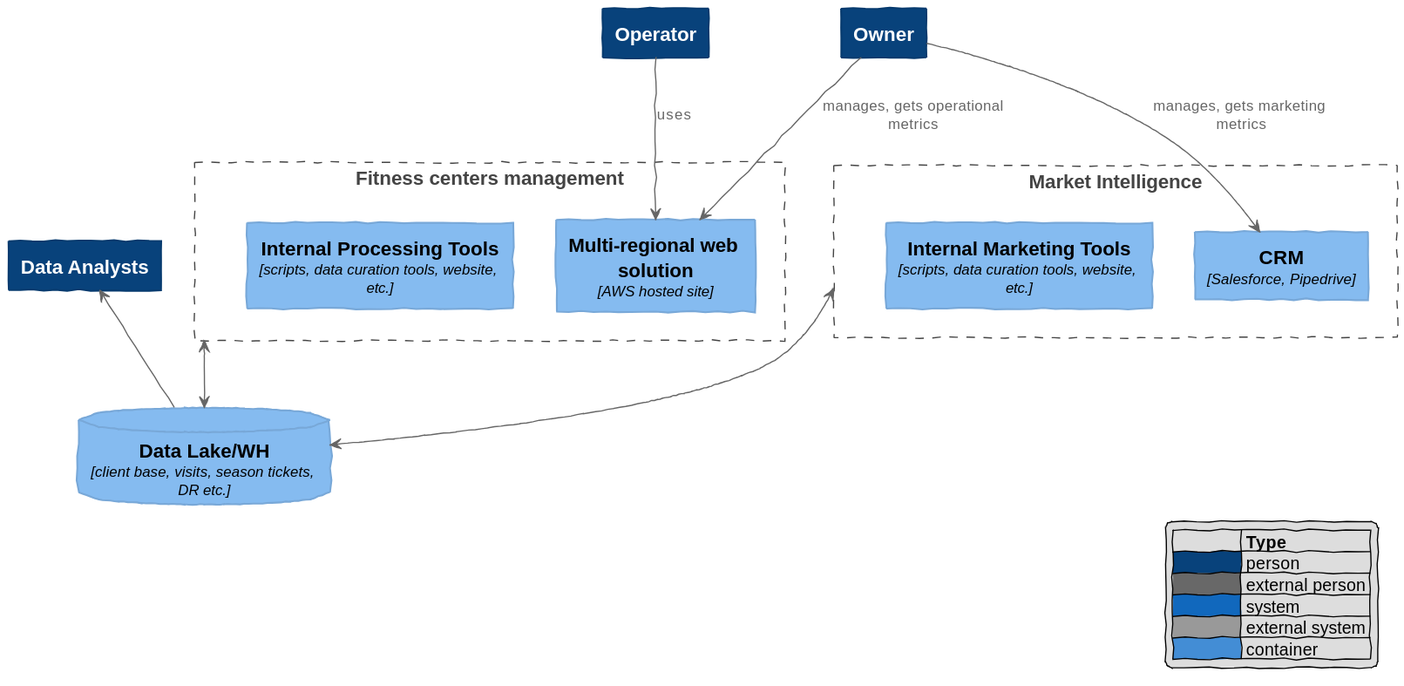
Above: docs/diagrams/out/target_system/components.svg in yevgen-ponomarenko/dm-arch-case (PlantUML), before the change.
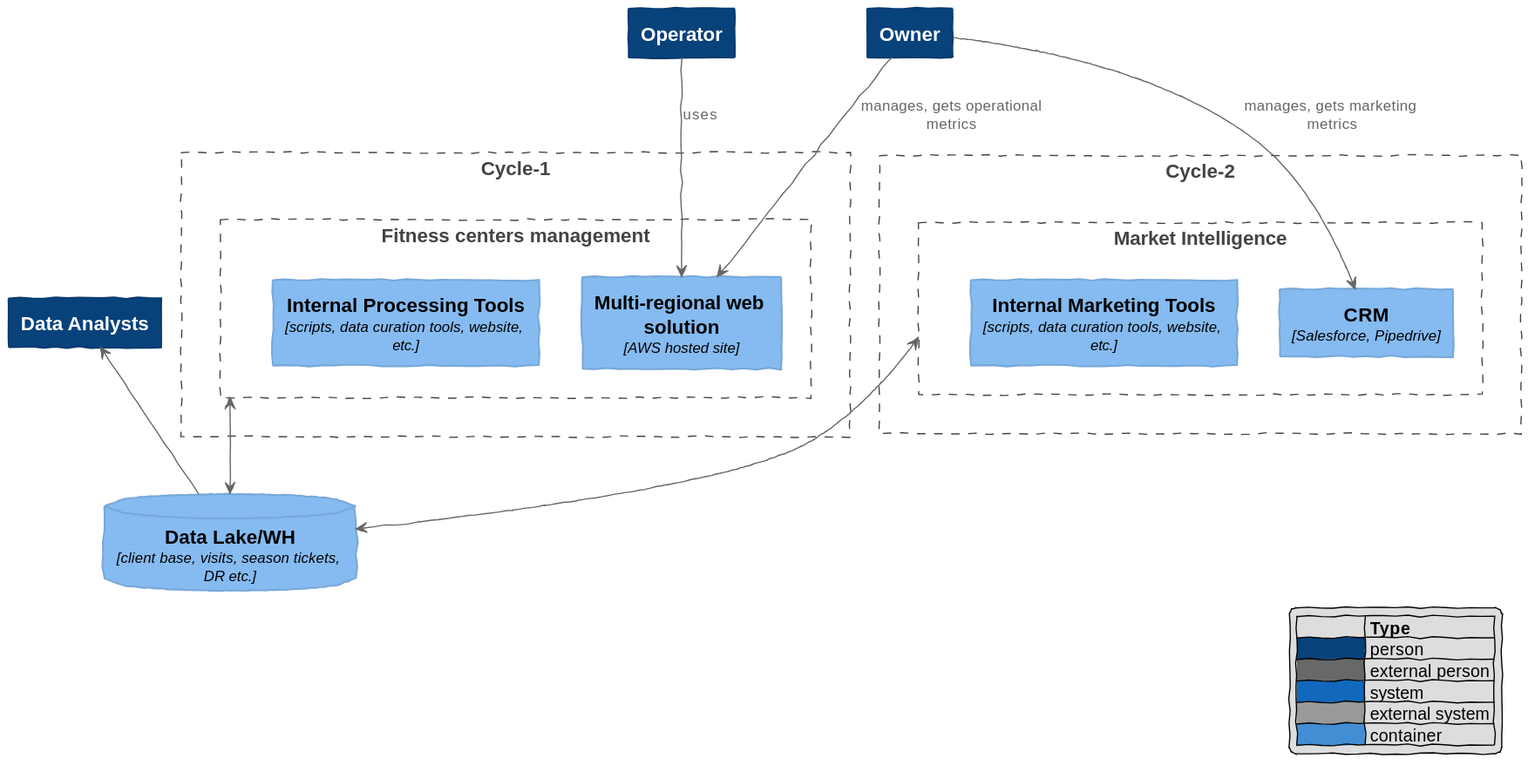
After the change.

What changed in the source:
```diff
@@ -11,14 +11,18 @@
 Person(operator, "Operator")
 Person(owner, "Owner")
 
-Boundary(proc, "Fitness centers management") {
-    Component(mgmt_sys, "Multi-regional web solution", "AWS hosted site")
-    Component(proc_tools, "Internal Processing Tools", "scripts, data curation tools, website, etc.")
+Boundary(cycle1, "Cycle-1") {
+    Boundary(proc, "Fitness centers management") {
+        Component(mgmt_sys, "Multi-regional web solution", "AWS hosted site")
+        Component(proc_tools, "Internal Processing Tools", "scripts, data curation tools, website, etc.")
+    }
 }
 
-Boundary(market, "Market Intelligence") {
-    Component(crm, "CRM", "Salesforce, Pipedrive")
-    Component(market_tools, "Internal Marketing Tools", "scripts, data curation tools, website, etc.")
+Boundary(cycle2, "Cycle-2") {
+    Boundary(market, "Market Intelligence") {
+        Component(crm, "CRM", "Salesforce, Pipedrive")
+        Component(market_tools, "Internal Marketing Tools", "scripts, data curation tools, website, etc.")
+    }
 }
 
 ComponentDb(raw_db, "Data Lake/WH", "client base, visits, season tickets, DR etc.")
```
